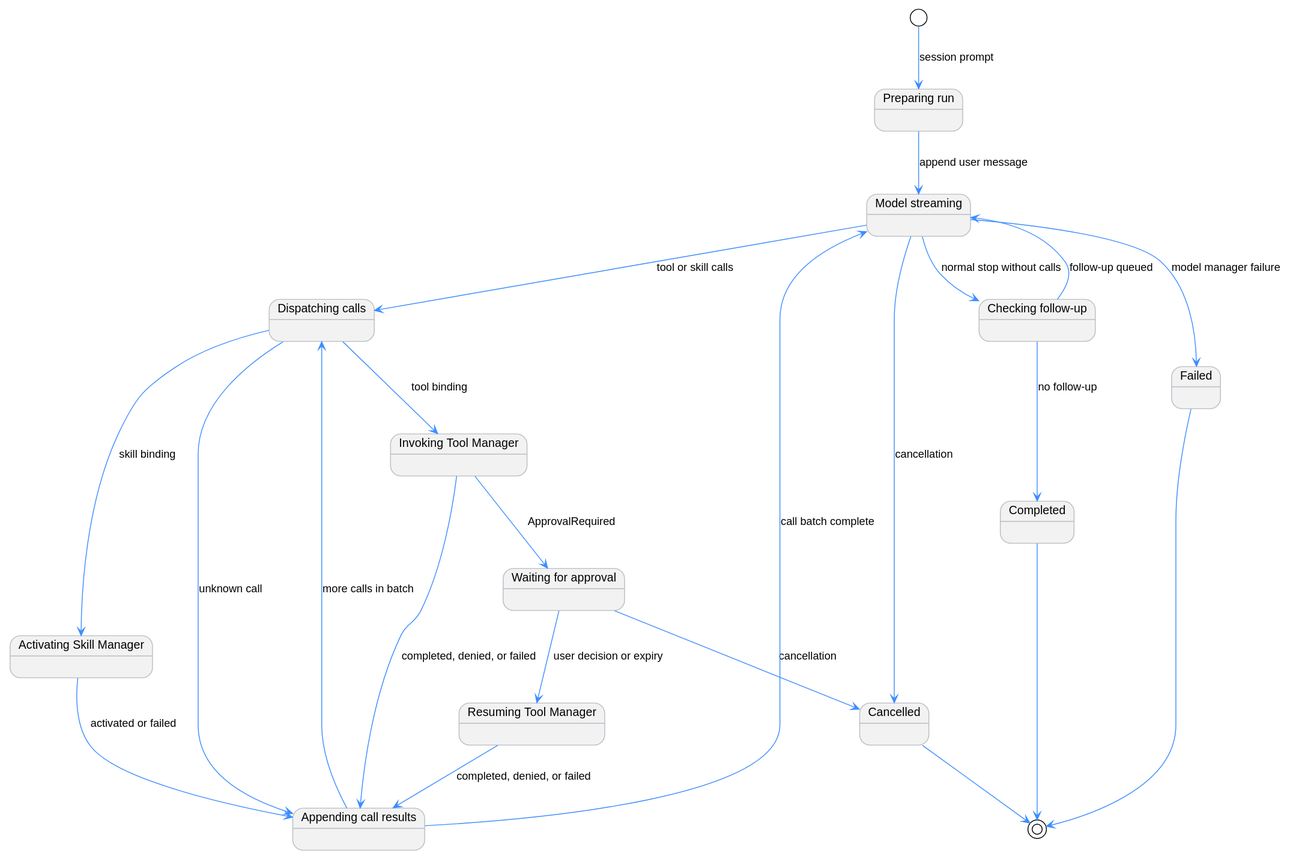
Above: managed-agent-session/managed_agent_run_state_machine.svg in superheromeZzh/pi-mono-java-design (PlantUML), before the change.
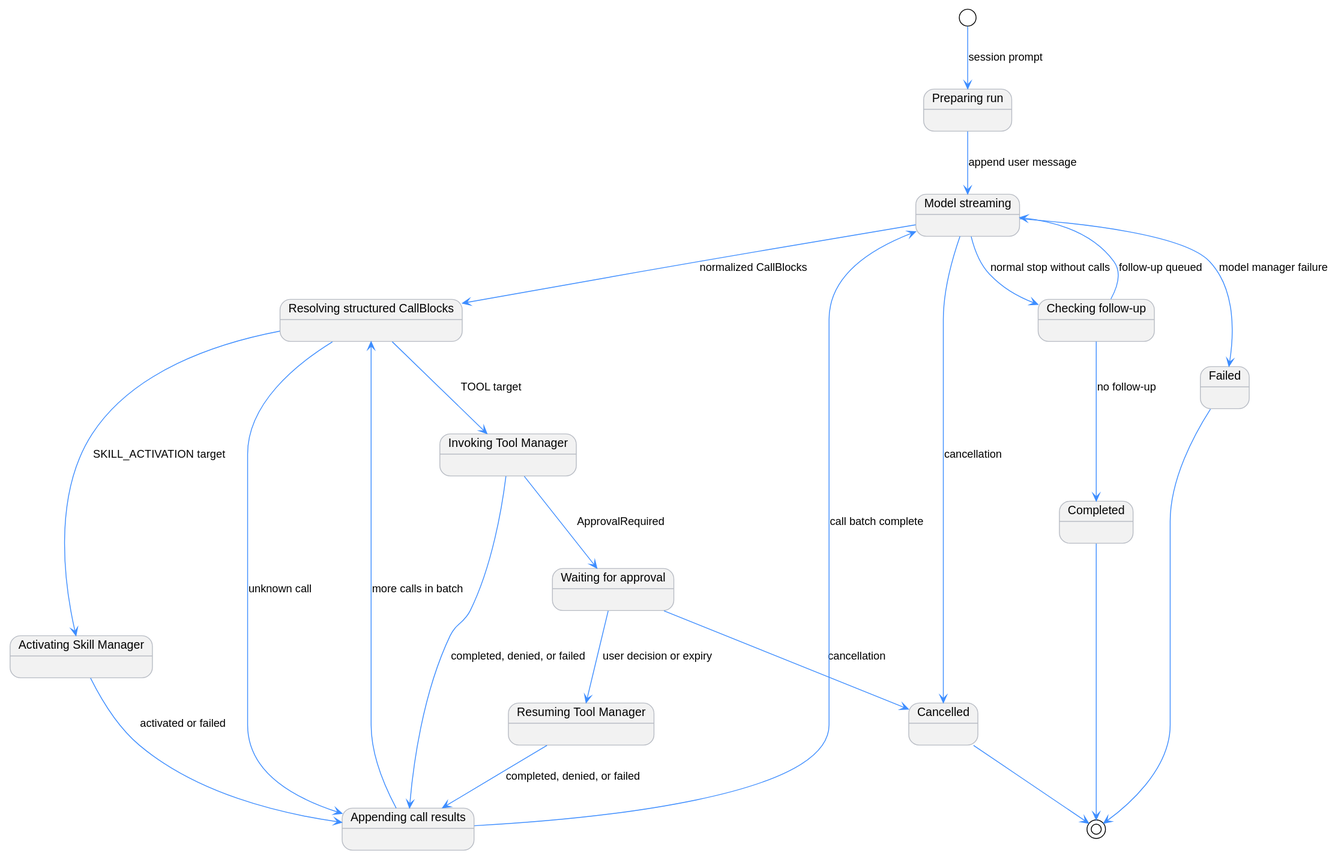
The same diagram one commit later.

Commit message:
docs(agent): define manager-backed callable discovery

Diff of the diagram source:
```diff
@@ -9,7 +9,7 @@
 
 state "Preparing run" as PREPARING
 state "Model streaming" as MODEL_STREAMING
-state "Dispatching calls" as DISPATCHING
+state "Resolving structured CallBlocks" as DISPATCHING
 state "Invoking Tool Manager" as INVOKING_TOOL
 state "Waiting for approval" as WAITING_APPROVAL
 state "Resuming Tool Manager" as RESUMING_TOOL
@@ -22,12 +22,12 @@
 
 [*] --> PREPARING: session prompt
 PREPARING --> MODEL_STREAMING: append user message
-MODEL_STREAMING --> DISPATCHING: tool or skill calls
+MODEL_STREAMING --> DISPATCHING: normalized CallBlocks
 MODEL_STREAMING --> CHECKING_FOLLOWUP: normal stop without calls
 MODEL_STREAMING --> FAILED: model manager failure
 MODEL_STREAMING --> CANCELLED: cancellation
-DISPATCHING --> INVOKING_TOOL: tool binding
-DISPATCHING --> ACTIVATING_SKILL: skill binding
+DISPATCHING --> INVOKING_TOOL: TOOL target
+DISPATCHING --> ACTIVATING_SKILL: SKILL_ACTIVATION target
 DISPATCHING --> APPENDING_RESULTS: unknown call
 INVOKING_TOOL --> WAITING_APPROVAL: ApprovalRequired
 INVOKING_TOOL --> APPENDING_RESULTS: completed, denied, or failed
```
